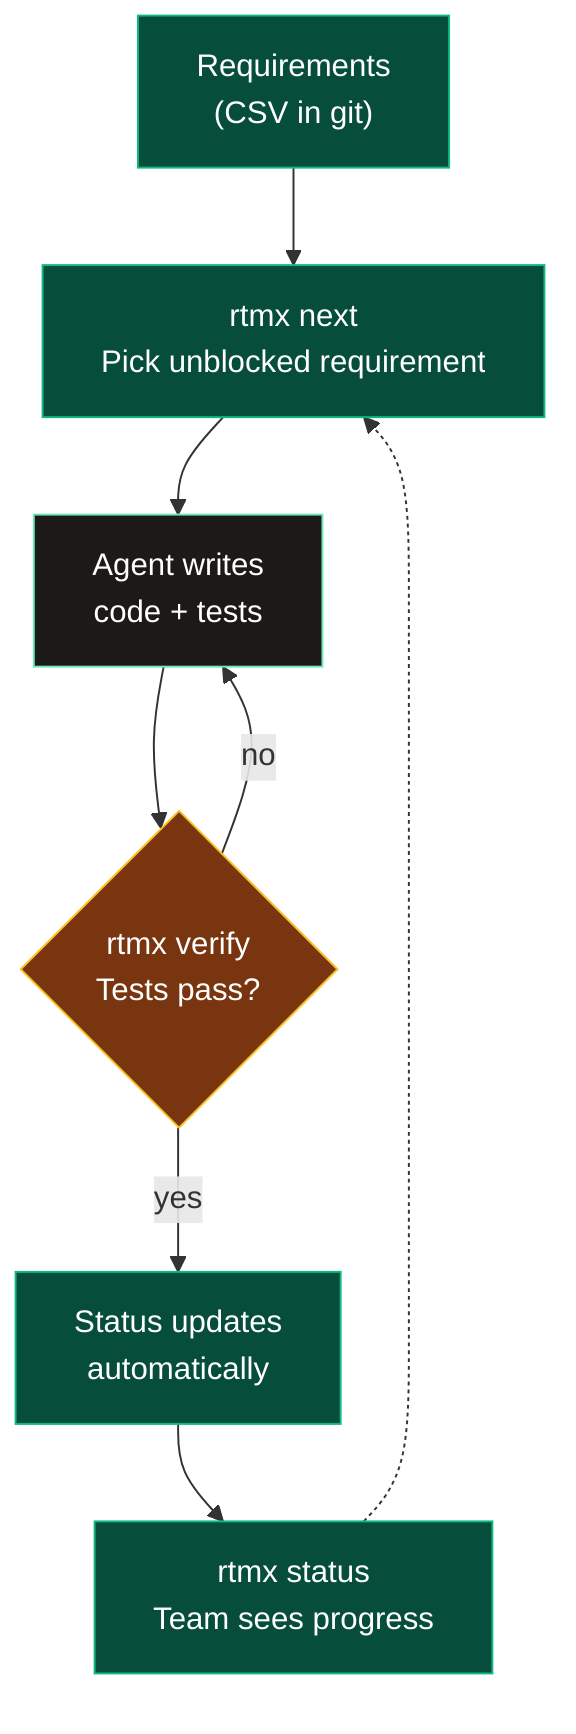
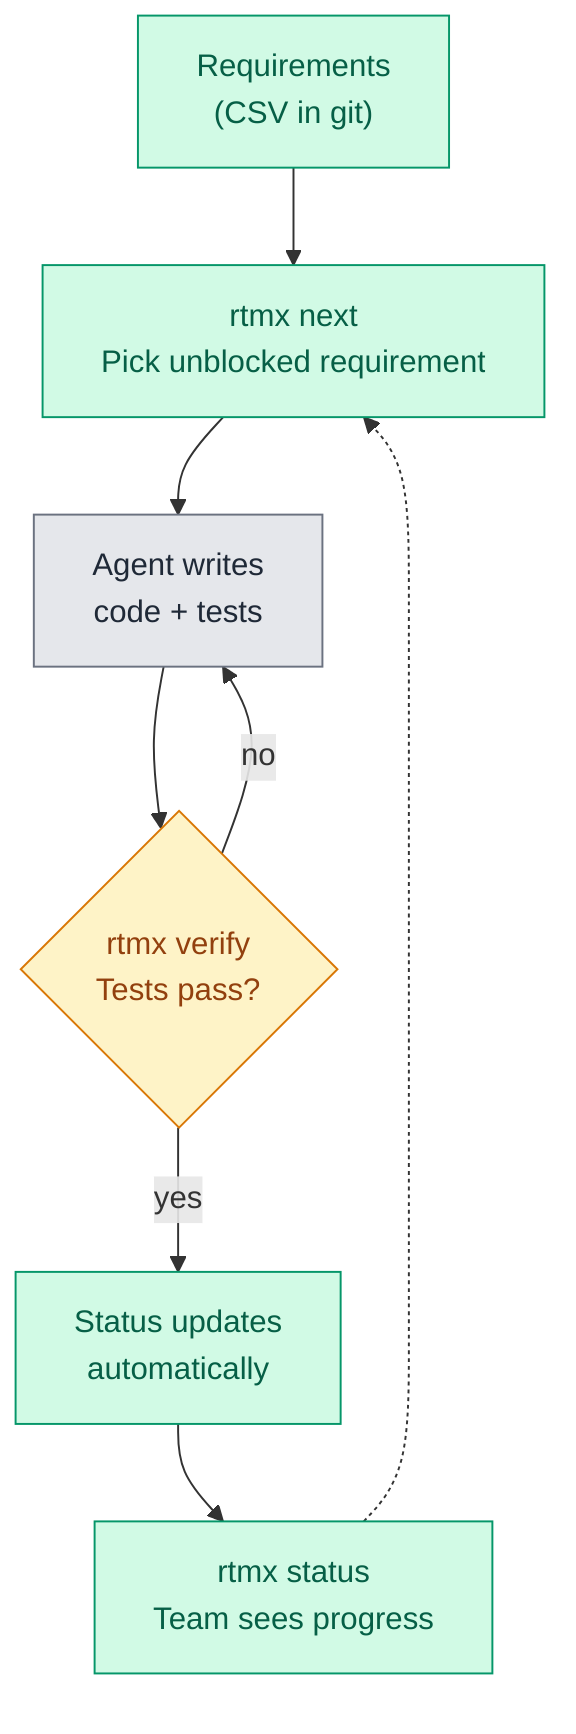
flowchart TD
    A["Requirements\n(CSV in git)"] --> B["rtmx next\nPick unblocked requirement"]
    B --> C["Agent writes\ncode + tests"]
    C --> D{"rtmx verify\nTests pass?"}
    D -- yes --> E["Status updates\nautomatically"]
    D -- no --> C
    E --> F["rtmx status\nTeam sees progress"]
    F -.-> B

-     style A fill:#064e3b,stroke:#10b981,color:#fff
-     style B fill:#064e3b,stroke:#10b981,color:#fff
-     style C fill:#1c1917,stroke:#6ee7b7,color:#fff
-     style D fill:#78350f,stroke:#fbbf24,color:#fff
-     style E fill:#064e3b,stroke:#10b981,color:#fff
-     style F fill:#064e3b,stroke:#10b981,color:#fff
+     style A fill:#d1fae5,stroke:#059669,color:#065f46
+     style B fill:#d1fae5,stroke:#059669,color:#065f46
+     style C fill:#e5e7eb,stroke:#6b7280,color:#1f2937
+     style D fill:#fef3c7,stroke:#d97706,color:#92400e
+     style E fill:#d1fae5,stroke:#059669,color:#065f46
+     style F fill:#d1fae5,stroke:#059669,color:#065f46
